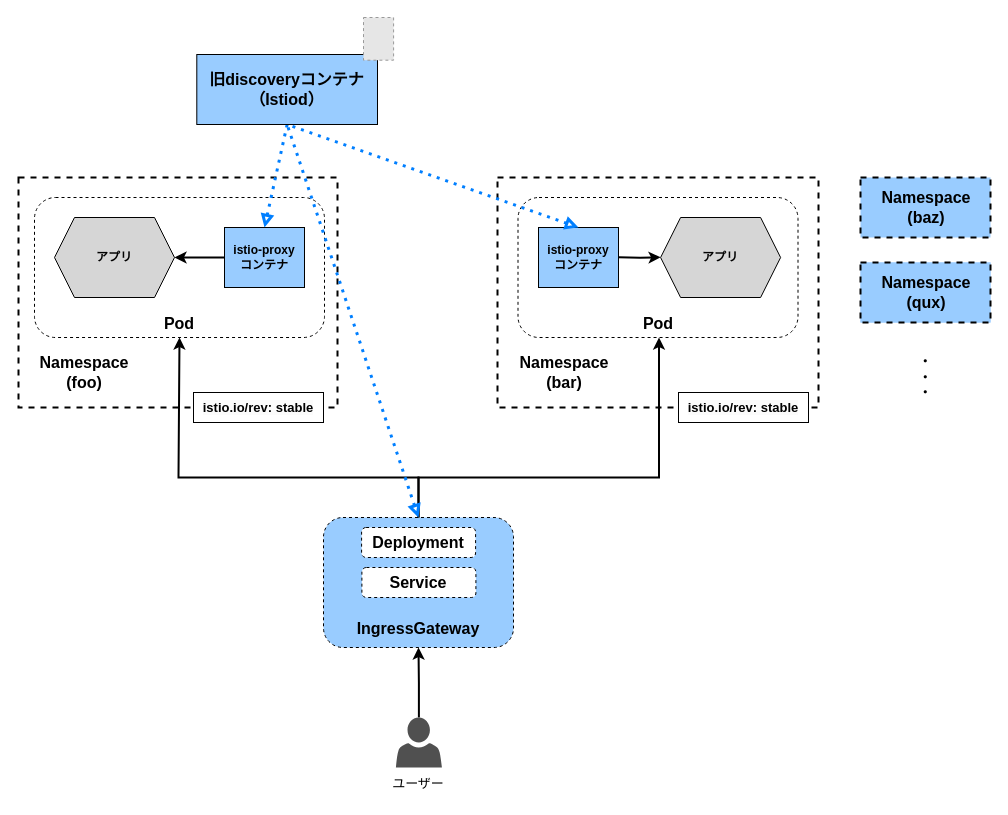
This is page "istio_canary-upgrade_1" (5 of 18) of images/drawio/istio/upgrade_istio.drawio from hiroki-it/tech-notebook-images, a draw.io file, before an edit. Source tidied: cells renumbered, new cells numbered last; positions are measured from the earlier drawing's top-left corner, leaving out a move shared by most shapes. Both pictures are drawn from the tidied source at 100%, with x=0, y=0 at pixel (18, 17). Pictures stored in the file or linked from it are replaced by grey dashed boxes.
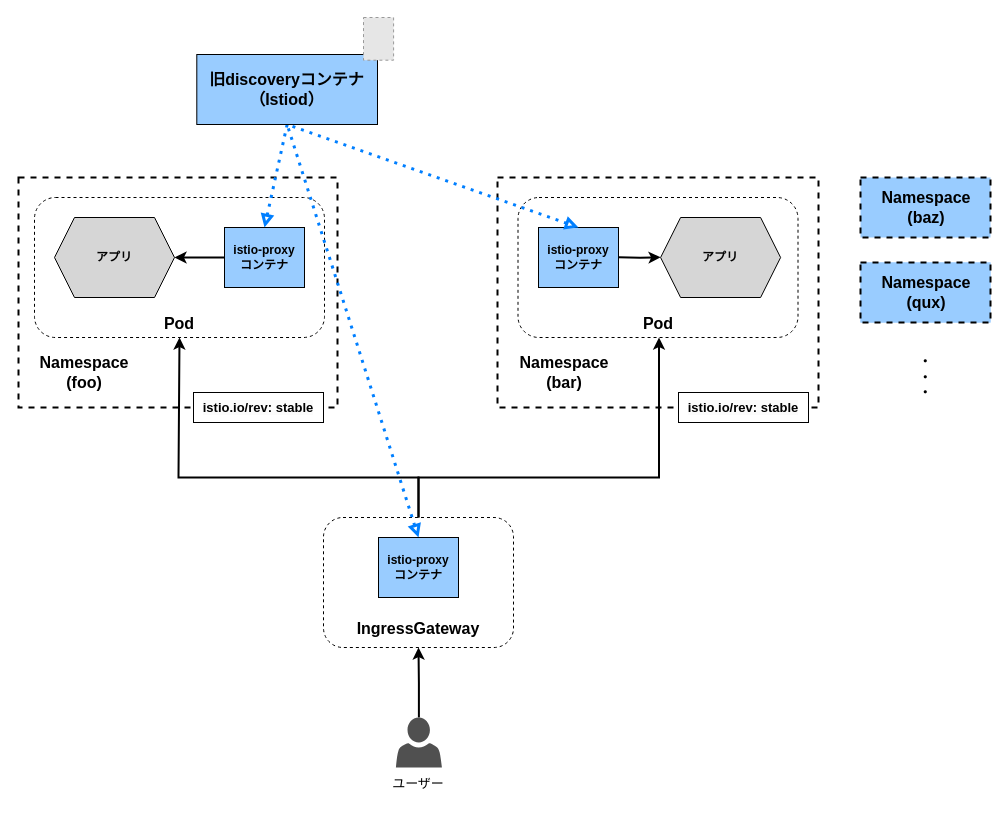
The same page after the edit.

The change refers to these unchanged cells:
```xml
<mxCell id="20" value="&lt;b style=&quot;font-size: 16px;&quot;&gt;旧discoveryコンテナ&lt;br style=&quot;border-color: var(--border-color); padding: 0px; margin: 0px;&quot;&gt;（Istiod）&lt;/b&gt;" style="text;html=1;strokeColor=default;fillColor=#99CCFF;align=center;verticalAlign=middle;whiteSpace=wrap;rounded=0;" parent="19" vertex="1">
  <mxGeometry x="19.3" y="20" width="180.7" height="70" as="geometry" />
</mxCell>
```

The edit, as a diff of the source:
```diff
@@
-    <mxCell id="2" style="rounded=1;whiteSpace=wrap;html=1;fillColor=#99CCFF;gradientColor=none;dashed=1;" parent="1" vertex="1">
+    <mxCell id="2" style="rounded=1;whiteSpace=wrap;html=1;fillColor=#FFFFFF;gradientColor=none;dashed=1;" parent="1" vertex="1">
       <mxGeometry x="305" y="500" width="190" height="130" as="geometry" />
     </mxCell>
@@
-    <mxCell id="31" style="endArrow=none;startArrow=block;html=1;rounded=0;strokeColor=#007FFF;fontFamily=Helvetica;fontSize=12;fontColor=default;exitX=0.5;exitY=0;exitDx=0;exitDy=0;startFill=0;endFill=0;strokeWidth=3;dashed=1;dashPattern=1 2;entryX=0.5;entryY=1;entryDx=0;entryDy=0;" parent="1" edge="1" source="2" target="20">
+    <mxCell id="31" style="endArrow=none;startArrow=block;html=1;rounded=0;strokeColor=#007FFF;fontFamily=Helvetica;fontSize=12;fontColor=default;exitX=0.5;exitY=0;exitDx=0;exitDy=0;startFill=0;endFill=0;strokeWidth=3;dashed=1;dashPattern=1 2;entryX=0.5;entryY=1;entryDx=0;entryDy=0;" parent="1" edge="1" source="47" target="20">
       <mxGeometry relative="1" as="geometry" />
     </mxCell>
@@
-    <mxCell id="35" value="Deployment" style="rounded=1;whiteSpace=wrap;html=1;fillColor=default;gradientColor=none;dashed=1;fontStyle=1;fontSize=16;" parent="1" vertex="1">
-      <mxGeometry x="343.1" y="510" width="114" height="30" as="geometry" />
-    </mxCell>
-    <mxCell id="36" value="&lt;font style=&quot;font-size: 16px;&quot;&gt;Service&lt;/font&gt;" style="rounded=1;whiteSpace=wrap;html=1;fillColor=default;gradientColor=none;dashed=1;fontStyle=1;" parent="1" vertex="1">
-      <mxGeometry x="343.4" y="550" width="114" height="30" as="geometry" />
-    </mxCell>
@@
+    <mxCell id="47" value="&lt;b&gt;istio-proxy&lt;br&gt;コンテナ&lt;br&gt;&lt;/b&gt;" style="rounded=0;whiteSpace=wrap;html=1;fillColor=#99CCFF;strokeColor=default;direction=east;gradientColor=none;" parent="1" vertex="1">
+      <mxGeometry x="360" y="520" width="80" height="60" as="geometry" />
+    </mxCell>
```
